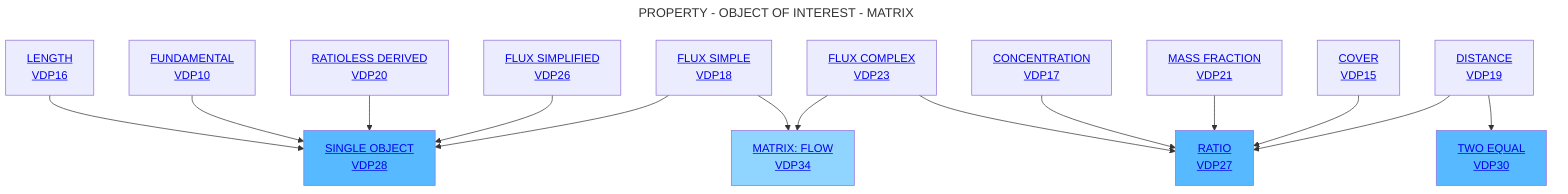
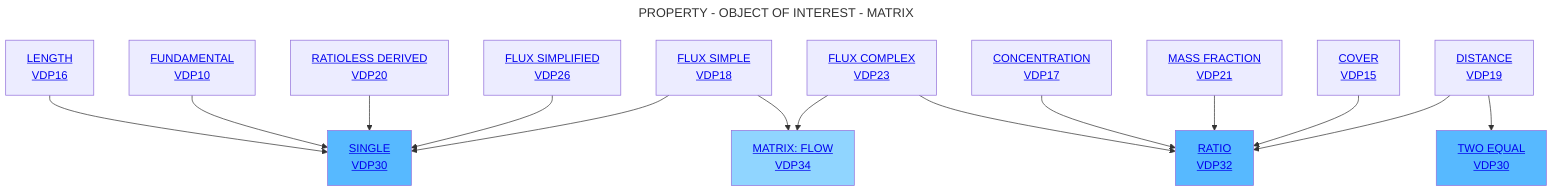
---
title: PROPERTY - OBJECT OF INTEREST - MATRIX
---
flowchart TD
-     A[<a href='https://github.com/mabablue/I-ADOPT-patterns-playground/blob/main/pattern/VDP16.yaml'>LENGTH <br> VDP16</a>] --> C[<a href='https://github.com/mabablue/I-ADOPT-patterns-playground/blob/main/pattern/VDP28.yaml'>SINGLE OBJECT <br> VDP28</a>]:::satblue
+     A[<a href='https://github.com/mabablue/I-ADOPT-patterns-playground/blob/main/pattern/VDP16.yaml'>LENGTH <br> VDP16</a>] --> C[<a href='https://github.com/mabablue/I-ADOPT-patterns-playground/blob/main/pattern/VDP30.yaml'>SINGLE<br> VDP30</a>]:::satblue
    B[<a href='https://github.com/mabablue/I-ADOPT-patterns-playground/blob/main/pattern/VDP10.yaml'>FUNDAMENTAL <br> VDP10</a>]  --> C
    D[<a href='https://github.com/mabablue/I-ADOPT-patterns-playground/blob/main/pattern/VDP20.yaml'>RATIOLESS DERIVED <br> VDP20</a>] --> C
    E[<a href='https://github.com/mabablue/I-ADOPT-patterns-playground/blob/main/pattern/VDP20.yaml'>FLUX SIMPLIFIED <br> VDP26</a>] --> C
    I[<a href='https://github.com/mabablue/I-ADOPT-patterns-playground/blob/main/pattern/VDP23.yaml'>FLUX COMPLEX <br> VDP23</a>] --> F
    M[<a href='https://github.com/mabablue/I-ADOPT-patterns-playground/blob/main/pattern/VDP17.yaml'>CONCENTRATION <br> VDP17</a>] --> F
-     L[<a href='https://github.com/mabablue/I-ADOPT-patterns-playground/blob/main/pattern/VDP21.yaml'>MASS FRACTION <br> VDP21</a>] --> F[<a href='https://github.com/mabablue/I-ADOPT-patterns-playground/blob/main/pattern/VDP27.yaml'>RATIO <br> VDP27</a>]:::satblue
+     L[<a href='https://github.com/mabablue/I-ADOPT-patterns-playground/blob/main/pattern/VDP21.yaml'>MASS FRACTION <br> VDP21</a>] --> F[<a href='https://github.com/mabablue/I-ADOPT-patterns-playground/blob/main/pattern/VDP32.yaml'>RATIO <br> VDP32</a>]:::satblue
    Q[<a href='https://github.com/mabablue/I-ADOPT-patterns-playground/blob/main/pattern/VDP18.yaml'>FLUX SIMPLE <br> VDP18</a>] --> C
    P[<a href='https://github.com/mabablue/I-ADOPT-patterns-playground/blob/main/pattern/VDP15.yaml'>COVER <br> VDP15</a>] --> F
    Q --> K[<a href='https://github.com/mabablue/I-ADOPT-patterns-playground/blob/main/pattern/VDP34.yaml'>MATRIX: FLOW <br> VDP34</a>]:::blue
    G[<a href='https://github.com/mabablue/I-ADOPT-patterns-playground/blob/main/pattern/VDP23.yaml'>DISTANCE <br> VDP19</a>] --> F
    G --> R[<a href='https://github.com/mabablue/I-ADOPT-patterns-playground/blob/main/pattern/VDP30.yaml'>TWO EQUAL <br> VDP30</a>]:::satblue
    I --> K

   classDef blue fill:#90D5FF
   classDef satblue fill:#57B9FF
